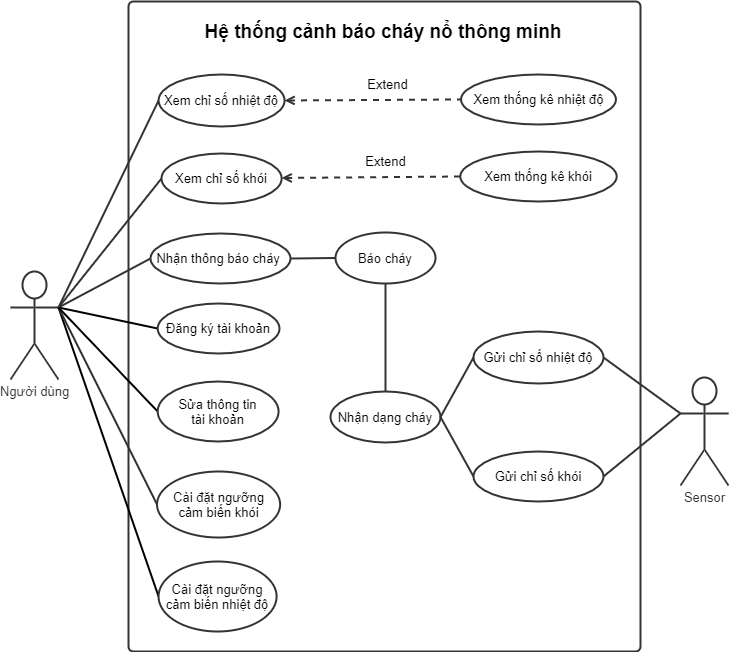
Above: report/diagram/use-case-diagram.png in hoangduydangle97/TTDADN_HK202 (draw.io), before the change. Source tidied: cells renumbered, new cells last; positions are measured from the earlier drawing's top-left corner, leaving out a move shared by most shapes.
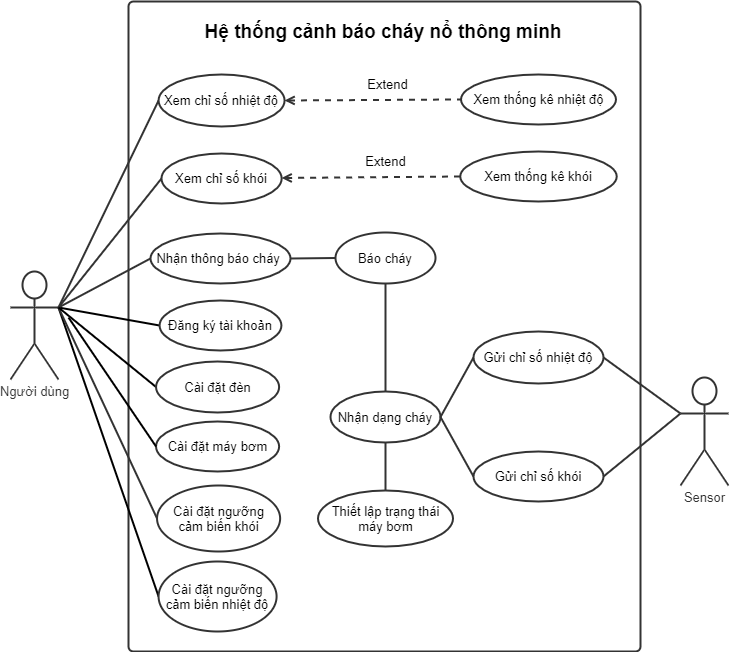
After the commit.

Commit message:
update use-case-diagram ver1.2

What changed in the source:
```diff
@@ -26,7 +26,7 @@
     <mxCell id="9" style="html=1;jettySize=18;fontSize=13;strokeColor=#333333;strokeOpacity=100;strokeWidth=2;rounded=0;startArrow=none;endArrow=none;exitX=1;exitY=0.3333333333333333;exitPerimeter=0;entryX=0;entryY=0.5;entryDx=0;entryDy=0;exitDx=0;exitDy=0;" parent="1" edge="1" source="4" target="17">
       <mxGeometry relative="1" as="geometry" />
     </mxCell>
-    <mxCell id="10" style="edgeStyle=none;rounded=0;jettySize=auto;html=1;endArrow=none;endFill=0;strokeWidth=2;fontSize=13;exitX=0;exitY=0.5;exitDx=0;exitDy=0;entryX=1;entryY=0.3333333333333333;entryDx=0;entryDy=0;entryPerimeter=0;" parent="1" edge="1" source="14" target="4">
+    <mxCell id="10" style="edgeStyle=none;rounded=0;jettySize=auto;html=1;endArrow=none;endFill=0;strokeWidth=2;fontSize=13;exitX=0;exitY=0.5;exitDx=0;exitDy=0;entryX=1;entryY=0.3333333333333333;entryDx=0;entryDy=0;entryPerimeter=0;" parent="1" edge="1" source="36" target="4">
       <mxGeometry relative="1" as="geometry" />
     </mxCell>
     <mxCell id="11" value="Sensor" style="html=1;whiteSpace=wrap;shape=umlActor;labelPosition=center;verticalLabelPosition=bottom;verticalAlign=top;whiteSpace=nowrap;fontSize=13;fontColor=#333333;align=center;spacing=0;strokeColor=#333333;strokeOpacity=100;fillOpacity=100;rounded=1;absoluteArcSize=1;arcSize=9.6;fillColor=#ffffff;strokeWidth=2;" parent="1" vertex="1">
@@ -38,9 +38,6 @@
     <mxCell id="13" value="Xem thống kê nhiệt độ" style="html=1;whiteSpace=wrap;shape=ellipse;fontSize=13;spacing=3;strokeColor=#333333;strokeOpacity=100;fillOpacity=100;rounded=1;absoluteArcSize=1;arcSize=9.6;fillColor=#ffffff;strokeWidth=2;" parent="1" vertex="1">
       <mxGeometry x="450.5" y="73" width="154.9" height="50" as="geometry" />
     </mxCell>
-    <mxCell id="14" value="Sửa thông tin&lt;br&gt;tài khoản" style="html=1;whiteSpace=wrap;shape=ellipse;fontSize=13;spacing=3;strokeColor=#333333;strokeOpacity=100;fillOpacity=100;rounded=1;absoluteArcSize=1;arcSize=9.6;fillColor=#ffffff;strokeWidth=2;" parent="1" vertex="1">
-      <mxGeometry x="147.2" y="380" width="120.9" height="60" as="geometry" />
-    </mxCell>
     <mxCell id="15" value="Báo cháy" style="html=1;whiteSpace=wrap;shape=ellipse;fontSize=13;spacing=3;strokeColor=#333333;strokeOpacity=100;fillOpacity=100;rounded=1;absoluteArcSize=1;arcSize=9.6;fillColor=#ffffff;strokeWidth=2;" parent="1" vertex="1">
       <mxGeometry x="325" y="231" width="100" height="51" as="geometry" />
     </mxCell>
@@ -73,10 +70,10 @@
       </mxGeometry>
     </mxCell>
     <mxCell id="24" value="Đăng ký tài khoản" style="html=1;whiteSpace=wrap;shape=ellipse;fontSize=13;spacing=3;strokeColor=#333333;strokeOpacity=100;fillOpacity=100;rounded=1;absoluteArcSize=1;arcSize=9.6;fillColor=#ffffff;strokeWidth=2;" parent="1" vertex="1">
-      <mxGeometry x="147.2" y="302" width="121.8" height="50" as="geometry" />
+      <mxGeometry x="149.1" y="299" width="121.8" height="50" as="geometry" />
     </mxCell>
     <mxCell id="25" value="Cài đặt ngưỡng cảm biến khói" style="html=1;whiteSpace=wrap;shape=ellipse;fontSize=13;spacing=3;strokeColor=#333333;strokeOpacity=100;fillOpacity=100;rounded=1;absoluteArcSize=1;arcSize=9.6;fillColor=#ffffff;strokeWidth=2;" parent="1" vertex="1">
-      <mxGeometry x="146.6" y="470" width="123.1" height="66" as="geometry" />
+      <mxGeometry x="146.6" y="484" width="123.1" height="66" as="geometry" />
     </mxCell>
     <mxCell id="26" value="Cài đặt ngưỡng cảm biến nhiệt độ" style="html=1;whiteSpace=wrap;shape=ellipse;fontSize=13;spacing=3;strokeColor=#333333;strokeOpacity=100;fillOpacity=100;rounded=1;absoluteArcSize=1;arcSize=9.6;fillColor=#ffffff;strokeWidth=2;" parent="1" vertex="1">
       <mxGeometry x="148.1" y="560" width="118" height="70" as="geometry" />
@@ -108,5 +105,22 @@
     <mxCell id="35" style="html=1;jettySize=18;fontSize=13;strokeColor=#333333;strokeOpacity=100;strokeWidth=2;rounded=0;startArrow=none;endArrow=none;exitX=0.5;exitY=0;entryX=0.5;entryY=1;entryDx=0;entryDy=0;exitDx=0;exitDy=0;" parent="1" edge="1" source="31" target="15">
       <mxGeometry relative="1" as="geometry" />
     </mxCell>
+    <mxCell id="36" value="Cài đặt đèn" style="html=1;whiteSpace=wrap;shape=ellipse;fontSize=13;spacing=3;strokeColor=#333333;strokeOpacity=100;fillOpacity=100;rounded=1;absoluteArcSize=1;arcSize=9.6;fillColor=#ffffff;strokeWidth=2;" parent="1" vertex="1">
+      <mxGeometry x="145.5" y="360" width="123.1" height="51" as="geometry" />
+    </mxCell>
+    <mxCell id="37" value="Cài đặt máy bơm" style="html=1;whiteSpace=wrap;shape=ellipse;fontSize=13;spacing=3;strokeColor=#333333;strokeOpacity=100;fillOpacity=100;rounded=1;absoluteArcSize=1;arcSize=9.6;fillColor=#ffffff;strokeWidth=2;" parent="1" vertex="1">
+      <mxGeometry x="145.5" y="420" width="123.1" height="50" as="geometry" />
+    </mxCell>
+    <mxCell id="38" style="edgeStyle=none;rounded=0;jettySize=auto;html=1;endArrow=none;endFill=0;strokeWidth=2;fontSize=13;exitX=0;exitY=0.5;exitDx=0;exitDy=0;entryX=1;entryY=0.3333333333333333;entryDx=0;entryDy=0;entryPerimeter=0;" parent="1" edge="1" source="37">
+      <mxGeometry relative="1" as="geometry">
+        <mxPoint x="58" y="316" as="targetPoint" />
+      </mxGeometry>
+    </mxCell>
+    <mxCell id="39" value="Thiết lập trạng thái máy bơm" style="html=1;whiteSpace=wrap;shape=ellipse;fontSize=13;spacing=3;strokeColor=#333333;strokeOpacity=100;fillOpacity=100;rounded=1;absoluteArcSize=1;arcSize=9.6;fillColor=#ffffff;strokeWidth=2;" parent="1" vertex="1">
+      <mxGeometry x="307.5" y="489" width="135" height="56" as="geometry" />
+    </mxCell>
+    <mxCell id="40" style="html=1;jettySize=18;fontSize=13;strokeColor=#333333;strokeOpacity=100;strokeWidth=2;rounded=0;startArrow=none;endArrow=none;" parent="1" edge="1" source="39" target="31">
+      <mxGeometry relative="1" as="geometry" />
+    </mxCell>
   </root>
 </mxGraphModel>
```
